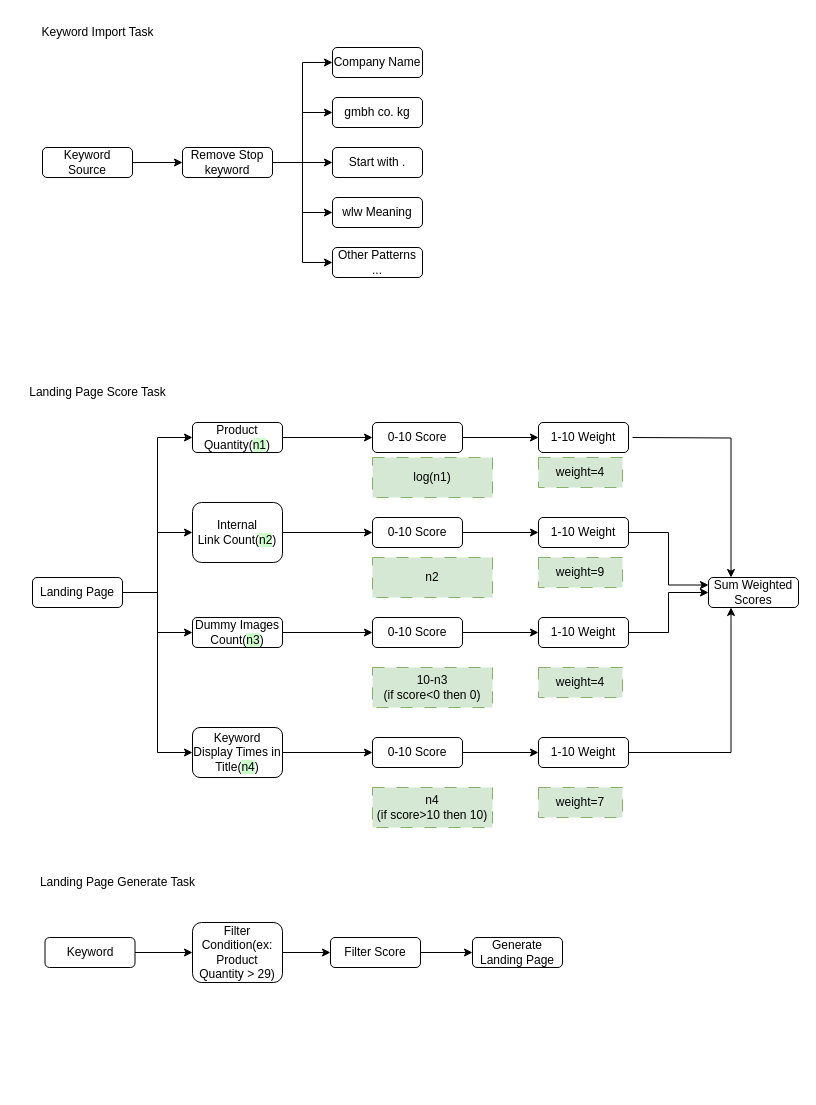
VisableHarry/seo-drawio keeps this draw.io diagram as drawio/keywordanalyze.drawio. Above is the earlier version. Source tidied: cells renumbered, new cells numbered last; positions are measured from the earlier drawing's top-left corner, leaving out a move shared by most shapes. Both pictures are drawn from the tidied source at 100%, with x=0, y=0 at pixel (17, 17).
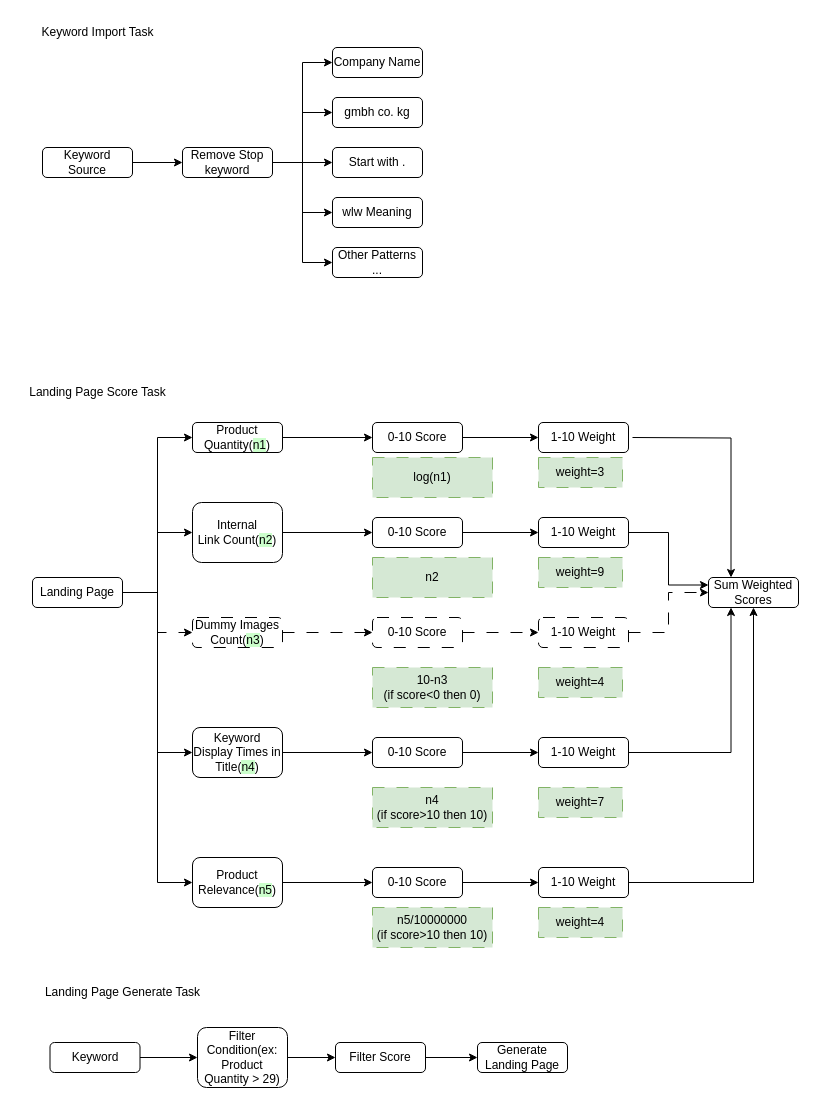
After the change.

The change refers to these unchanged cells:
```xml
<mxCell id="31" value="Landing Page" style="rounded=1;whiteSpace=wrap;html=1;" parent="1" vertex="1">
  <mxGeometry x="15" y="560" width="90" height="30" as="geometry" />
</mxCell>
<mxCell id="36" value="Sum Weighted Scores" style="rounded=1;whiteSpace=wrap;html=1;" parent="1" vertex="1">
  <mxGeometry x="691" y="560" width="90" height="30" as="geometry" />
</mxCell>
```

What changed in the source:
```diff
@@
     <mxCell id="11" value="Keyword" style="rounded=1;whiteSpace=wrap;html=1;" parent="1" vertex="1">
-      <mxGeometry x="27.5" y="920" width="90" height="30" as="geometry" />
+      <mxGeometry x="32.5" y="1025" width="90" height="30" as="geometry" />
     </mxCell>
@@
-    <mxCell id="20" style="edgeStyle=orthogonalEdgeStyle;rounded=0;jettySize=auto;html=1;exitX=1;exitY=0.5;exitDx=0;exitDy=0;entryX=0;entryY=0.5;entryDx=0;entryDy=0;" parent="1" edge="1" source="21" target="35">
+    <mxCell id="20" style="edgeStyle=orthogonalEdgeStyle;rounded=0;jettySize=auto;html=1;exitX=1;exitY=0.5;exitDx=0;exitDy=0;entryX=0;entryY=0.5;entryDx=0;entryDy=0;dashed=1;dashPattern=12 12;" parent="1" edge="1" source="21" target="35">
       <mxGeometry relative="1" as="geometry" />
     </mxCell>
-    <mxCell id="21" value="Dummy Images Count(&lt;span style=&quot;background-color: rgb(204, 255, 204);&quot;&gt;n3&lt;/span&gt;)" style="rounded=1;whiteSpace=wrap;html=1;" parent="1" vertex="1">
+    <mxCell id="21" value="Dummy Images Count(&lt;span style=&quot;background-color: rgb(204, 255, 204);&quot;&gt;n3&lt;/span&gt;)" style="rounded=1;whiteSpace=wrap;html=1;dashed=1;dashPattern=12 12;" parent="1" vertex="1">
       <mxGeometry x="175" y="600" width="90" height="30" as="geometry" />
     </mxCell>
@@
-    <mxCell id="29" style="edgeStyle=orthogonalEdgeStyle;rounded=0;jettySize=auto;html=1;exitX=1;exitY=0.5;exitDx=0;exitDy=0;entryX=0;entryY=0.5;entryDx=0;entryDy=0;" parent="1" edge="1" source="31" target="21">
+    <mxCell id="29" style="edgeStyle=orthogonalEdgeStyle;rounded=0;jettySize=auto;html=1;exitX=1;exitY=0.5;exitDx=0;exitDy=0;entryX=0;entryY=0.5;entryDx=0;entryDy=0;dashed=1;dashPattern=12 12;" parent="1" edge="1" source="31" target="21">
       <mxGeometry relative="1" as="geometry" />
     </mxCell>
@@
+    <mxCell id="63" style="edgeStyle=orthogonalEdgeStyle;rounded=0;jettySize=auto;html=1;exitX=1;exitY=0.5;exitDx=0;exitDy=0;entryX=0;entryY=0.5;entryDx=0;entryDy=0;" parent="1" edge="1" source="31" target="65">
+      <mxGeometry relative="1" as="geometry" />
+    </mxCell>
@@
-    <mxCell id="34" style="edgeStyle=orthogonalEdgeStyle;rounded=0;jettySize=auto;html=1;exitX=1;exitY=0.5;exitDx=0;exitDy=0;entryX=0;entryY=0.5;entryDx=0;entryDy=0;" parent="1" edge="1" source="35" target="46">
+    <mxCell id="34" style="edgeStyle=orthogonalEdgeStyle;rounded=0;jettySize=auto;html=1;exitX=1;exitY=0.5;exitDx=0;exitDy=0;entryX=0;entryY=0.5;entryDx=0;entryDy=0;dashed=1;dashPattern=12 12;" parent="1" edge="1" source="35" target="46">
       <mxGeometry relative="1" as="geometry" />
     </mxCell>
-    <mxCell id="35" value="0-10 Score" style="rounded=1;whiteSpace=wrap;html=1;" parent="1" vertex="1">
+    <mxCell id="35" value="0-10 Score" style="rounded=1;whiteSpace=wrap;html=1;dashed=1;dashPattern=12 12;" parent="1" vertex="1">
       <mxGeometry x="355" y="600" width="90" height="30" as="geometry" />
     </mxCell>
@@
     <mxCell id="37" value="Landing Page Generate Task" style="text;html=1;align=center;verticalAlign=middle;strokeColor=none;fillColor=none;" parent="1" vertex="1">
-      <mxGeometry x="10" y="850" width="180" height="30" as="geometry" />
+      <mxGeometry x="15" y="960" width="180" height="30" as="geometry" />
     </mxCell>
@@
     <mxCell id="39" value="Filter Score" style="rounded=1;whiteSpace=wrap;html=1;" parent="1" vertex="1">
-      <mxGeometry x="313" y="920" width="90" height="30" as="geometry" />
+      <mxGeometry x="318" y="1025" width="90" height="30" as="geometry" />
     </mxCell>
     <mxCell id="40" value="Generate Landing Page" style="rounded=1;whiteSpace=wrap;html=1;" parent="1" vertex="1">
-      <mxGeometry x="455" y="920" width="90" height="30" as="geometry" />
+      <mxGeometry x="460" y="1025" width="90" height="30" as="geometry" />
     </mxCell>
@@
-    <mxCell id="45" style="edgeStyle=orthogonalEdgeStyle;rounded=0;jettySize=auto;html=1;exitX=1;exitY=0.5;exitDx=0;exitDy=0;entryX=0;entryY=0.5;entryDx=0;entryDy=0;" parent="1" edge="1" source="46" target="36">
+    <mxCell id="45" style="edgeStyle=orthogonalEdgeStyle;rounded=0;jettySize=auto;html=1;exitX=1;exitY=0.5;exitDx=0;exitDy=0;entryX=0;entryY=0.5;entryDx=0;entryDy=0;dashed=1;dashPattern=12 12;" parent="1" edge="1" source="46" target="36">
       <mxGeometry relative="1" as="geometry" />
     </mxCell>
-    <mxCell id="46" value="1-10 Weight" style="rounded=1;whiteSpace=wrap;html=1;" parent="1" vertex="1">
+    <mxCell id="46" value="1-10 Weight" style="rounded=1;whiteSpace=wrap;html=1;dashed=1;dashPattern=12 12;" parent="1" vertex="1">
       <mxGeometry x="521" y="600" width="90" height="30" as="geometry" />
     </mxCell>
@@
-    <mxCell id="57" value="weight=4" style="rounded=0;whiteSpace=wrap;html=1;fillColor=#d5e8d4;strokeColor=#82b366;dashed=1;dashPattern=12 12;" parent="1" vertex="1">
+    <mxCell id="57" value="weight=3" style="rounded=0;whiteSpace=wrap;html=1;fillColor=#d5e8d4;strokeColor=#82b366;dashed=1;dashPattern=12 12;" parent="1" vertex="1">
       <mxGeometry x="521" y="440" width="84" height="30" as="geometry" />
     </mxCell>
@@
     <mxCell id="62" value="Filter Condition(ex: Product Quantity &amp;gt; 29)" style="rounded=1;whiteSpace=wrap;html=1;" parent="1" vertex="1">
-      <mxGeometry x="175" y="905" width="90" height="60" as="geometry" />
+      <mxGeometry x="180" y="1010" width="90" height="60" as="geometry" />
     </mxCell>
+    <mxCell id="64" style="edgeStyle=orthogonalEdgeStyle;rounded=0;jettySize=auto;html=1;exitX=1;exitY=0.5;exitDx=0;exitDy=0;" parent="1" edge="1" source="65" target="67">
+      <mxGeometry relative="1" as="geometry" />
+    </mxCell>
+    <mxCell id="65" value="Product Relevance(&lt;span style=&quot;background-color: rgb(204, 255, 204);&quot;&gt;n5&lt;/span&gt;)" style="rounded=1;whiteSpace=wrap;html=1;" parent="1" vertex="1">
+      <mxGeometry x="175" y="840" width="90" height="50" as="geometry" />
+    </mxCell>
+    <mxCell id="66" style="edgeStyle=orthogonalEdgeStyle;rounded=0;jettySize=auto;html=1;exitX=1;exitY=0.5;exitDx=0;exitDy=0;" parent="1" edge="1" source="67" target="69">
+      <mxGeometry relative="1" as="geometry" />
+    </mxCell>
+    <mxCell id="67" value="0-10 Score" style="rounded=1;whiteSpace=wrap;html=1;" parent="1" vertex="1">
+      <mxGeometry x="355" y="850" width="90" height="30" as="geometry" />
+    </mxCell>
+    <mxCell id="68" style="edgeStyle=orthogonalEdgeStyle;rounded=0;jettySize=auto;html=1;exitX=1;exitY=0.5;exitDx=0;exitDy=0;entryX=0.5;entryY=1;entryDx=0;entryDy=0;" parent="1" edge="1" source="69" target="36">
+      <mxGeometry relative="1" as="geometry" />
+    </mxCell>
+    <mxCell id="69" value="1-10 Weight" style="rounded=1;whiteSpace=wrap;html=1;" parent="1" vertex="1">
+      <mxGeometry x="521" y="850" width="90" height="30" as="geometry" />
+    </mxCell>
+    <mxCell id="70" value="n5/10000000&lt;div&gt;(if score&amp;gt;10 then 10)&lt;/div&gt;" style="rounded=0;whiteSpace=wrap;html=1;fillColor=#d5e8d4;strokeColor=#82b366;dashed=1;dashPattern=12 12;" parent="1" vertex="1">
+      <mxGeometry x="355" y="890" width="120" height="40" as="geometry" />
+    </mxCell>
+    <mxCell id="71" value="weight=4" style="rounded=0;whiteSpace=wrap;html=1;fillColor=#d5e8d4;strokeColor=#82b366;dashed=1;dashPattern=12 12;" parent="1" vertex="1">
+      <mxGeometry x="521" y="890" width="84" height="30" as="geometry" />
+    </mxCell>
```
